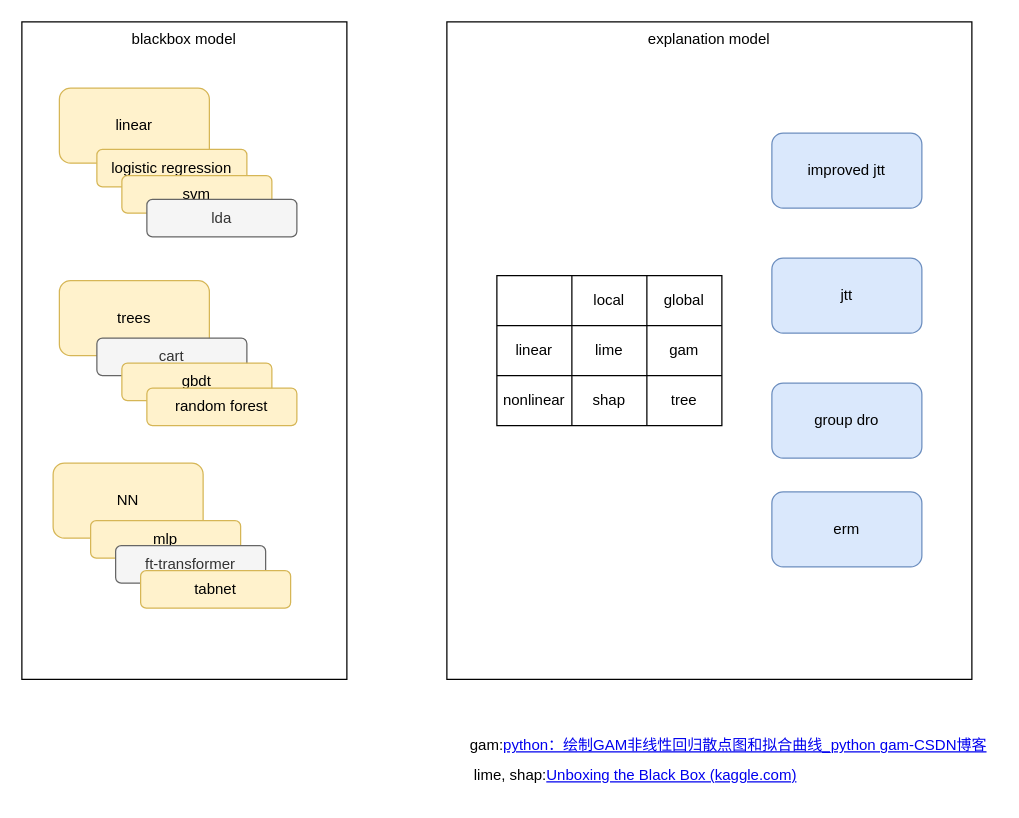
This is flow.drawio from Eightina/ExplanationsSubpopulations, a draw.io file, before an edit. Source tidied: cells renumbered, new cells numbered last; positions are measured from the earlier drawing's top-left corner, leaving out a move shared by most shapes. Both pictures are drawn from the tidied source at 125%, with x=0, y=0 at pixel (21, 21).
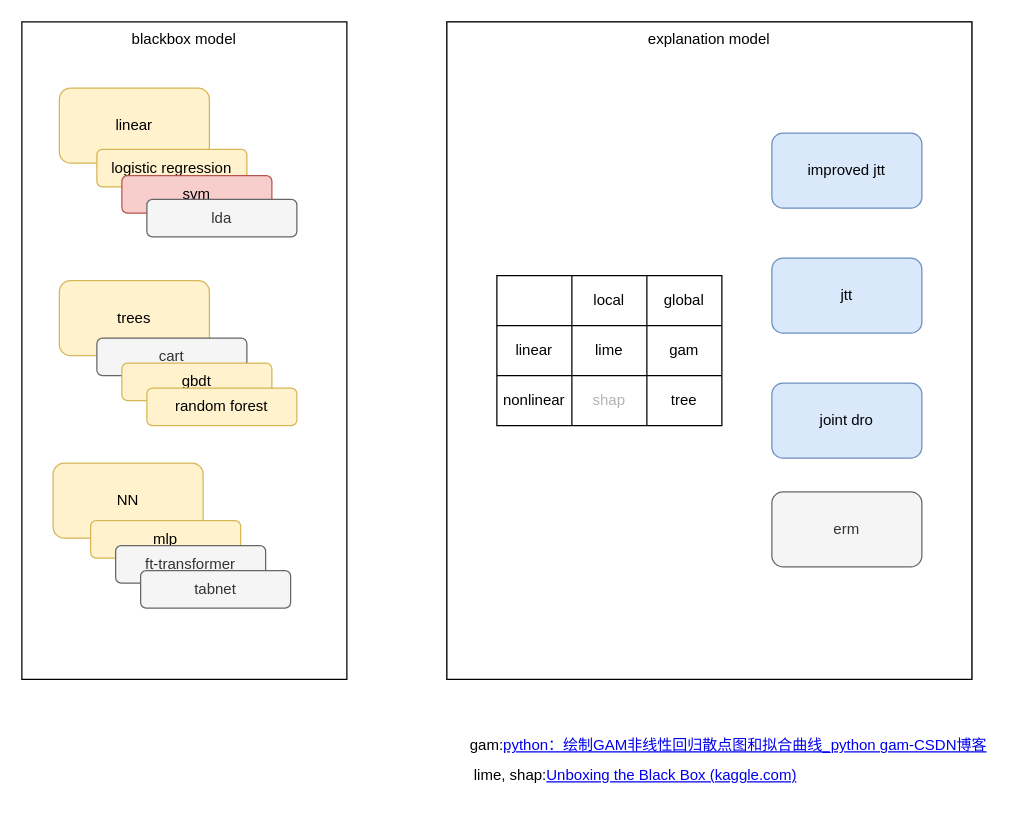
Above is the later version.

The change refers to these unchanged cells:
```xml
<mxCell id="2" style="group;" parent="1" vertex="1">
  <mxGeometry width="420" height="526" as="geometry" />
</mxCell>
<mxCell id="31" style="shape=tableRow;horizontal=0;startSize=0;swimlaneHead=0;swimlaneBody=0;top=0;left=0;bottom=0;right=0;fillColor=none;" parent="22" vertex="1">
  <mxGeometry y="80" width="180" height="40" as="geometry" />
</mxCell>
```

The edit, as a diff of the source:
```diff
@@
-    <mxCell id="9" value="svm" style="rounded=1;whiteSpace=wrap;html=1;fillColor=#fff2cc;strokeColor=#d6b656;" parent="2" vertex="1">
+    <mxCell id="9" value="svm" style="rounded=1;whiteSpace=wrap;html=1;fillColor=#f8cecc;strokeColor=#b85450;" parent="2" vertex="1">
       <mxGeometry x="80" y="123" width="120" height="30" as="geometry" />
     </mxCell>
@@
-    <mxCell id="15" value="tabnet" style="rounded=1;whiteSpace=wrap;html=1;fillColor=#fff2cc;strokeColor=#d6b656;" parent="2" vertex="1">
+    <mxCell id="15" value="tabnet" style="rounded=1;whiteSpace=wrap;html=1;fillColor=#f5f5f5;strokeColor=#666666;fontColor=#333333;" parent="2" vertex="1">
       <mxGeometry x="95" y="439" width="120" height="30" as="geometry" />
     </mxCell>
-    <mxCell id="16" style="group;" parent="1" vertex="1">
+    <mxCell id="16" style="group;fillColor=#f5f5f5;fontColor=#333333;strokeColor=#666666;" parent="1" vertex="1">
       <mxGeometry x="340" width="420" height="526" as="geometry" />
     </mxCell>
@@
-    <mxCell id="18" value="group dro" style="rounded=1;whiteSpace=wrap;html=1;fillColor=#dae8fc;strokeColor=#6c8ebf;" parent="16" vertex="1">
+    <mxCell id="18" value="joint dro" style="rounded=1;whiteSpace=wrap;html=1;fillColor=#dae8fc;strokeColor=#6c8ebf;" parent="16" vertex="1">
       <mxGeometry x="260" y="289" width="120" height="60" as="geometry" />
     </mxCell>
-    <mxCell id="19" value="erm" style="rounded=1;whiteSpace=wrap;html=1;fillColor=#dae8fc;strokeColor=#6c8ebf;" parent="16" vertex="1">
+    <mxCell id="19" value="erm" style="rounded=1;whiteSpace=wrap;html=1;fillColor=#f5f5f5;strokeColor=#666666;fontColor=#333333;" parent="16" vertex="1">
       <mxGeometry x="260" y="376" width="120" height="60" as="geometry" />
     </mxCell>
@@
-    <mxCell id="33" value="shap" style="shape=partialRectangle;html=1;whiteSpace=wrap;fillColor=none;top=0;left=0;bottom=0;right=0;overflow=hidden;" parent="31" vertex="1">
+    <mxCell id="33" value="&lt;font color=&quot;#b3b3b3&quot;&gt;shap&lt;/font&gt;" style="shape=partialRectangle;html=1;whiteSpace=wrap;fillColor=none;top=0;left=0;bottom=0;right=0;overflow=hidden;" parent="31" vertex="1">
       <mxGeometry x="60" width="60" height="40" as="geometry" />
     </mxCell>
```
